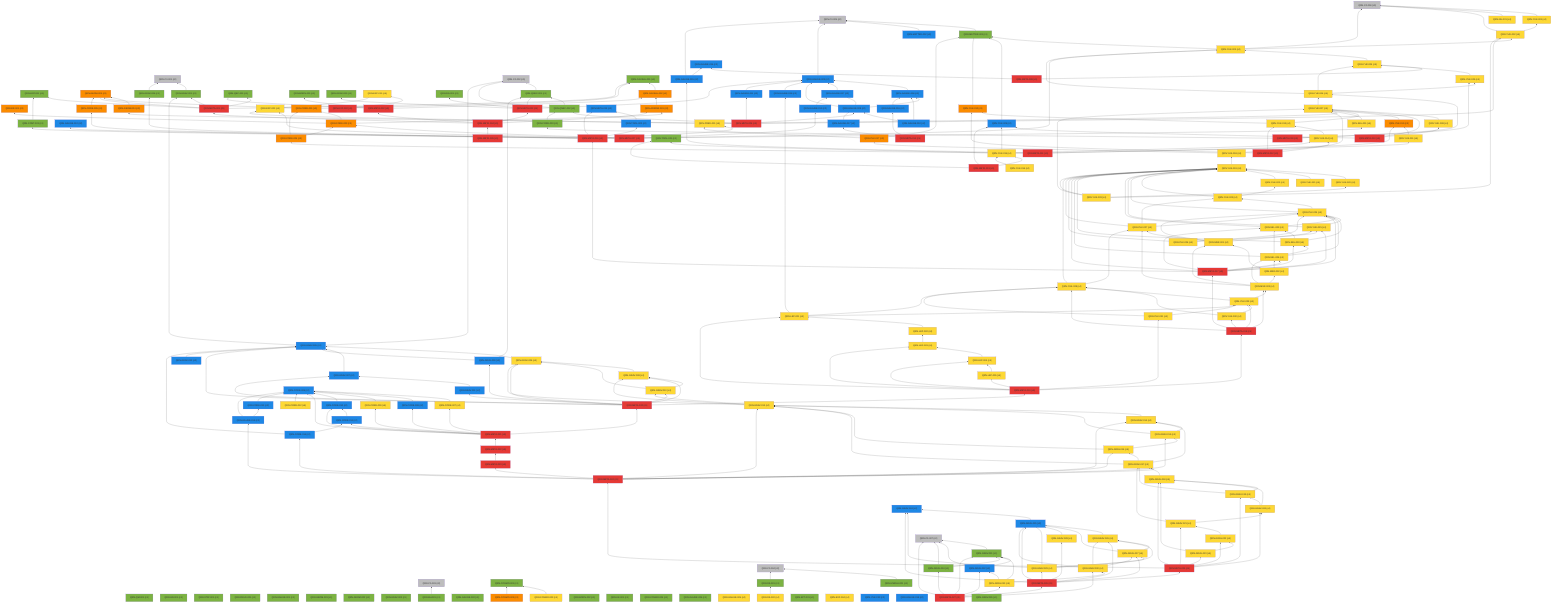
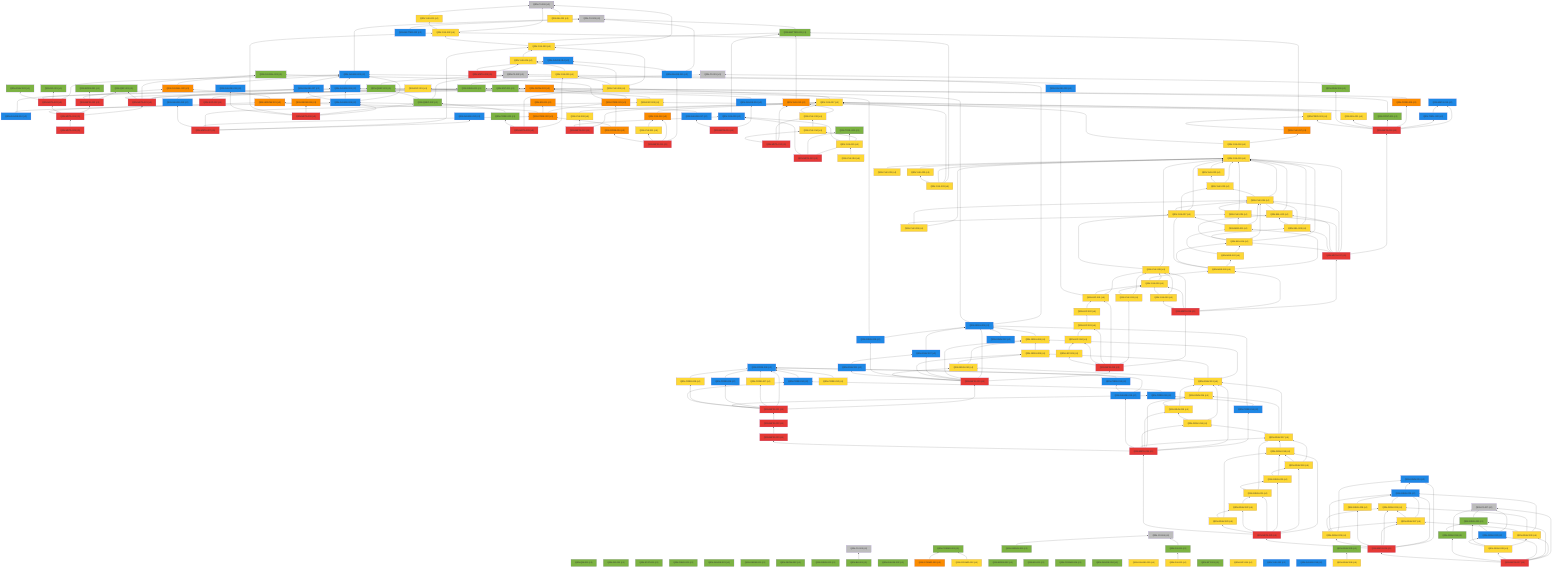
%% 自動生成 (dag/report.pl) — QRN 主張依存グラフ
graph BT
  QRN_C0_001["QRN-C0-001 (c0)"]:::c0
  QRN_C0_002["QRN-C0-002 (c0)"]:::c0
  QRN_C0_003["QRN-C0-003 (c0)"]:::c0
  QRN_C0_004["QRN-C0-004 (c0)"]:::c0
  QRN_C0_005["QRN-C0-005 (c0)"]:::c0
  QRN_C0_006["QRN-C0-006 (c0)"]:::c0
  QRN_QM_001["QRN-QM-001 (c1)"]:::c1
  QRN_GR_001["QRN-GR-001 (c1)"]:::c1
  QRN_STAT_001["QRN-STAT-001 (c1)"]:::c1
  QRN_FIELD_001["QRN-FIELD-001 (c1)"]:::c1
  QRN_GAUGE_001["QRN-GAUGE-001 (c1)"]:::c1
  QRN_ENT_001["QRN-ENT-001 (c1)"]:::c1
  QRN_GEOM_001["QRN-GEOM-001 (c1)"]:::c1
  QRN_GEOM_002["QRN-GEOM-002 (c1)"]:::c1
  QRN_GEOM_003["QRN-GEOM-003 (c3)"]:::c3
  QRN_GRAV_001["QRN-GRAV-001 (c1)"]:::c1
  QRN_GRAV_002["QRN-GRAV-002 (c1)"]:::c1
  QRN_BH_001["QRN-BH-001 (c1)"]:::c1
  QRN_CAUSAL_001["QRN-CAUSAL-001 (c1)"]:::c1
  QRN_CAUSAL_002["QRN-CAUSAL-002 (c3)"]:::c3
  QRN_ER_001["QRN-ER-001 (c3)"]:::c3
  QRN_QEC_001["QRN-QEC-001 (c1)"]:::c1
  QRN_GAUGE_002["QRN-GAUGE-002 (c1)"]:::c1
  QRN_COSMO_001["QRN-COSMO-001 (c1)"]:::c1
  QRN_COSMO_002["QRN-COSMO-002 (c4)"]:::c4
  QRN_COSMO_003["QRN-COSMO-003 (c3)"]:::c3
  QRN_BORN_001["QRN-BORN-001 (c1)"]:::c1
  QRN_BORN_002["QRN-BORN-002 (c1)"]:::c1
  QRN_GRAV_003["QRN-GRAV-003 (c1)"]:::c1
  QRN_KK_001["QRN-KK-001 (c1)"]:::c1
  QRN_MATTER_001["QRN-MATTER-001 (c1)"]:::c1
  QRN_MATTER_002["QRN-MATTER-002 (c2)"]:::c2
  QRN_COSMO_004["QRN-COSMO-004 (c1)"]:::c1
  QRN_EXP_001["QRN-EXP-001 (c4)"]:::c4
  QRN_GAUGE_003["QRN-GAUGE-003 (c2)"]:::c2
  QRN_GAUGE_004["QRN-GAUGE-004 (c1)"]:::c1
  QRN_GAUGE_005["QRN-GAUGE-005 (c4)"]:::c4
  QRN_YUK_001["QRN-YUK-001 (c4)"]:::c4
  QRN_RG_001["QRN-RG-001 (c1)"]:::c1
  QRN_UNRUH_001["QRN-UNRUH-001 (c1)"]:::c1
  QRN_QNEC_001["QRN-QNEC-001 (c1)"]:::c1
  QRN_NU_001["QRN-NU-001 (c4)"]:::c4
  QRN_GAUGE_006["QRN-GAUGE-006 (c2)"]:::c2
  QRN_DS_001["QRN-DS-001 (c1)"]:::c1
  QRN_DS_002["QRN-DS-002 (c4)"]:::c4
  QRN_ARROW_001["QRN-ARROW-001 (c3)"]:::c3
  QRN_GAUGE_007["QRN-GAUGE-007 (c2)"]:::c2
  QRN_EFT_001["QRN-EFT-001 (c1)"]:::c1
  QRN_GAUGE_008["QRN-GAUGE-008 (c2)"]:::c2
  QRN_GAUGE_009["QRN-GAUGE-009 (c2)"]:::c2
  QRN_GAUGE_010["QRN-GAUGE-010 (c2)"]:::c2
  QRN_QNEC_002["QRN-QNEC-002 (c1)"]:::c1
  QRN_GEOM_004["QRN-GEOM-004 (c3)"]:::c3
  QRN_YUK_002["QRN-YUK-002 (c4)"]:::c4
  QRN_EXP_002["QRN-EXP-002 (c5)"]:::c5
  QRN_CORE_001["QRN-CORE-001 (c3)"]:::c3
  QRN_GAUGE_011["QRN-GAUGE-011 (c2)"]:::c2
  QRN_GAUGE_012["QRN-GAUGE-012 (c2)"]:::c2
  QRN_YUK_003["QRN-YUK-003 (c4)"]:::c4
  QRN_EXP_003["QRN-EXP-003 (c4)"]:::c4
  QRN_CORE_002["QRN-CORE-002 (c3)"]:::c3
  QRN_GAUGE_013["QRN-GAUGE-013 (c2)"]:::c2
  QRN_YUK_004["QRN-YUK-004 (c4)"]:::c4
  QRN_GAUGE_014["QRN-GAUGE-014 (c2)"]:::c2
  QRN_META_001["QRN-META-001 (c5)"]:::c5
  QRN_META_002["QRN-META-002 (c5)"]:::c5
  QRN_META_003["QRN-META-003 (c5)"]:::c5
  QRN_META_004["QRN-META-004 (c5)"]:::c5
  QRN_META_005["QRN-META-005 (c5)"]:::c5
  QRN_META_006["QRN-META-006 (c5)"]:::c5
  QRN_META_007["QRN-META-007 (c5)"]:::c5
  QRN_META_008["QRN-META-008 (c5)"]:::c5
  QRN_YUK_005["QRN-YUK-005 (c4)"]:::c4
  QRN_YUK_006["QRN-YUK-006 (c4)"]:::c4
  QRN_CORE_003["QRN-CORE-003 (c1)"]:::c1
  QRN_META_009["QRN-META-009 (c5)"]:::c5
  QRN_YUK_007["QRN-YUK-007 (c4)"]:::c4
  QRN_YUK_008["QRN-YUK-008 (c4)"]:::c4
  QRN_YUK_009["QRN-YUK-009 (c2)"]:::c2
  QRN_META_010["QRN-META-010 (c5)"]:::c5
  QRN_GAUGE_015["QRN-GAUGE-015 (c2)"]:::c2
  QRN_YUK_010["QRN-YUK-010 (c3)"]:::c3
  QRN_YUK_011["QRN-YUK-011 (c4)"]:::c4
  QRN_CORE_004["QRN-CORE-004 (c3)"]:::c3
  QRN_META_011["QRN-META-011 (c5)"]:::c5
  QRN_YUK_012["QRN-YUK-012 (c3)"]:::c3
  QRN_YUK_013["QRN-YUK-013 (c4)"]:::c4
  QRN_YUK_014["QRN-YUK-014 (c4)"]:::c4
  QRN_META_012["QRN-META-012 (c5)"]:::c5
  QRN_TOOL_001["QRN-TOOL-001 (c1)"]:::c1
  QRN_YUK_015["QRN-YUK-015 (c4)"]:::c4
  QRN_META_013["QRN-META-013 (c5)"]:::c5
  QRN_GAUGE_016["QRN-GAUGE-016 (c2)"]:::c2
  QRN_GAUGE_017["QRN-GAUGE-017 (c2)"]:::c2
  QRN_META_014["QRN-META-014 (c5)"]:::c5
  QRN_META_015["QRN-META-015 (c2)"]:::c2
  QRN_TOOL_002["QRN-TOOL-002 (c2)"]:::c2
  QRN_CORE_005["QRN-CORE-005 (c3)"]:::c3
  QRN_CONT_001["QRN-CONT-001 (c1)"]:::c1
  QRN_SEL_001["QRN-SEL-001 (c4)"]:::c4
  QRN_GRAV_004["QRN-GRAV-004 (c1)"]:::c1
  QRN_PRED_001["QRN-PRED-001 (c4)"]:::c4
  QRN_META_016["QRN-META-016 (c5)"]:::c5
  QRN_YUK_016["QRN-YUK-016 (c4)"]:::c4
  QRN_YUK_017["QRN-YUK-017 (c3)"]:::c3
  QRN_YUK_018["QRN-YUK-018 (c4)"]:::c4
  QRN_YUK_019["QRN-YUK-019 (c4)"]:::c4
  QRN_YUK_020["QRN-YUK-020 (c4)"]:::c4
  QRN_YUK_021["QRN-YUK-021 (c4)"]:::c4
  QRN_YUK_022["QRN-YUK-022 (c4)"]:::c4
  QRN_YUK_023["QRN-YUK-023 (c4)"]:::c4
  QRN_YUK_024["QRN-YUK-024 (c4)"]:::c4
  QRN_YUK_025["QRN-YUK-025 (c4)"]:::c4
  QRN_SEL_002["QRN-SEL-002 (c4)"]:::c4
  QRN_SEL_003["QRN-SEL-003 (c4)"]:::c4
  QRN_SEL_004["QRN-SEL-004 (c4)"]:::c4
  QRN_META_017["QRN-META-017 (c5)"]:::c5
  QRN_YUK_026["QRN-YUK-026 (c4)"]:::c4
  QRN_YUK_027["QRN-YUK-027 (c4)"]:::c4
  QRN_MSR_001["QRN-MSR-001 (c4)"]:::c4
  QRN_MSR_002["QRN-MSR-002 (c4)"]:::c4
  QRN_MSR_003["QRN-MSR-003 (c4)"]:::c4
  QRN_YUK_028["QRN-YUK-028 (c4)"]:::c4
  QRN_YUK_029["QRN-YUK-029 (c4)"]:::c4
  QRN_YUK_030["QRN-YUK-030 (c4)"]:::c4
  QRN_META_018["QRN-META-018 (c5)"]:::c5
  QRN_YUK_031["QRN-YUK-031 (c4)"]:::c4
  QRN_LEP_001["QRN-LEP-001 (c4)"]:::c4
  QRN_LEP_002["QRN-LEP-002 (c4)"]:::c4
  QRN_LEP_003["QRN-LEP-003 (c4)"]:::c4
  QRN_LEP_004["QRN-LEP-004 (c4)"]:::c4
  QRN_LEP_005["QRN-LEP-005 (c4)"]:::c4
  QRN_META_019["QRN-META-019 (c5)"]:::c5
  QRN_GRAV_005["QRN-GRAV-005 (c2)"]:::c2
  QRN_GRAV_006["QRN-GRAV-006 (c4)"]:::c4
  QRN_GRAV_007["QRN-GRAV-007 (c2)"]:::c2
  QRN_GRAV_008["QRN-GRAV-008 (c4)"]:::c4
  QRN_GRAV_009["QRN-GRAV-009 (c2)"]:::c2
  QRN_GRAV_010["QRN-GRAV-010 (c4)"]:::c4
  QRN_GRAV_011["QRN-GRAV-011 (c2)"]:::c2
  QRN_META_020["QRN-META-020 (c5)"]:::c5
  QRN_CORE_006["QRN-CORE-006 (c2)"]:::c2
  QRN_CORE_007["QRN-CORE-007 (c4)"]:::c4
  QRN_CORE_008["QRN-CORE-008 (c2)"]:::c2
  QRN_CORE_009["QRN-CORE-009 (c4)"]:::c4
  QRN_CORE_010["QRN-CORE-010 (c2)"]:::c2
  QRN_CORE_011["QRN-CORE-011 (c2)"]:::c2
  QRN_META_021["QRN-META-021 (c5)"]:::c5
  QRN_CORE_012["QRN-CORE-012 (c4)"]:::c4
  QRN_EXP_004["QRN-EXP-004 (c4)"]:::c4
  QRN_CORE_013["QRN-CORE-013 (c2)"]:::c2
  QRN_GRAV_012["QRN-GRAV-012 (c2)"]:::c2
  QRN_YUK_032["QRN-YUK-032 (c2)"]:::c2
  QRN_GAUGE_018["QRN-GAUGE-018 (c2)"]:::c2
  QRN_META_022["QRN-META-022 (c5)"]:::c5
  QRN_META_023["QRN-META-023 (c5)"]:::c5
  QRN_CORE_014["QRN-CORE-014 (c2)"]:::c2
  QRN_GRAV_013["QRN-GRAV-013 (c4)"]:::c4
  QRN_GRAV_014["QRN-GRAV-014 (c4)"]:::c4
  QRN_GRAV_015["QRN-GRAV-015 (c4)"]:::c4
  QRN_GRAV_016["QRN-GRAV-016 (c4)"]:::c4
  QRN_GRAV_017["QRN-GRAV-017 (c4)"]:::c4
  QRN_GAUGE_019["QRN-GAUGE-019 (c2)"]:::c2
  QRN_META_024["QRN-META-024 (c5)"]:::c5
  QRN_GRAV_018["QRN-GRAV-018 (c4)"]:::c4
  QRN_GRAV_019["QRN-GRAV-019 (c4)"]:::c4
  QRN_GRAV_020["QRN-GRAV-020 (c4)"]:::c4
  QRN_GRAV_021["QRN-GRAV-021 (c4)"]:::c4
  QRN_GRAV_022["QRN-GRAV-022 (c4)"]:::c4
  QRN_GRAV_023["QRN-GRAV-023 (c4)"]:::c4
  QRN_META_025["QRN-META-025 (c5)"]:::c5
  QRN_GRAV_024["QRN-GRAV-024 (c2)"]:::c2
  QRN_GRAV_025["QRN-GRAV-025 (c2)"]:::c2
  QRN_GRAV_026["QRN-GRAV-026 (c4)"]:::c4
  QRN_GRAV_027["QRN-GRAV-027 (c4)"]:::c4
  QRN_GRAV_028["QRN-GRAV-028 (c4)"]:::c4
  QRN_GRAV_029["QRN-GRAV-029 (c4)"]:::c4
  QRN_META_026["QRN-META-026 (c5)"]:::c5
  QRN_GRAV_030["QRN-GRAV-030 (c4)"]:::c4
  QRN_C0_007["QRN-C0-007 (c0)"]:::c0
  QRN_GRAV_031["QRN-GRAV-031 (c1)"]:::c1
  QRN_GRAV_032["QRN-GRAV-032 (c2)"]:::c2
  QRN_GRAV_033["QRN-GRAV-033 (c4)"]:::c4
  QRN_GRAV_034["QRN-GRAV-034 (c1)"]:::c1
  QRN_META_027["QRN-META-027 (c5)"]:::c5
  QRN_YUK_033["QRN-YUK-033 (c4)"]:::c4
  QRN_GRAV_035["QRN-GRAV-035 (c1)"]:::c1
+   QRN_GRAV_036["QRN-GRAV-036 (c4)"]:::c4
  QRN_GRAV_001 --> QRN_C0_001
  QRN_BH_001 --> QRN_C0_003
  QRN_CAUSAL_002 --> QRN_CAUSAL_001
  QRN_COSMO_002 --> QRN_COSMO_001
  QRN_COSMO_003 --> QRN_COSMO_001
  QRN_MATTER_001 --> QRN_C0_005
  QRN_MATTER_002 --> QRN_C0_005
  QRN_GAUGE_003 --> QRN_C0_005
  QRN_YUK_001 --> QRN_C0_006
  QRN_UNRUH_001 --> QRN_C0_004
  QRN_QNEC_001 --> QRN_C0_002
  QRN_NU_001 --> QRN_C0_006
  QRN_GAUGE_006 --> QRN_GAUGE_003
  QRN_DS_001 --> QRN_C0_004
  QRN_DS_002 --> QRN_DS_001
  QRN_ARROW_001 --> QRN_CAUSAL_002
  QRN_GAUGE_007 --> QRN_GAUGE_003
  QRN_GAUGE_008 --> QRN_GAUGE_003
  QRN_GAUGE_008 --> QRN_GAUGE_006
  QRN_GAUGE_008 --> QRN_GAUGE_007
  QRN_GAUGE_009 --> QRN_GAUGE_003
  QRN_GAUGE_010 --> QRN_GAUGE_006
  QRN_GAUGE_010 --> QRN_GAUGE_008
  QRN_QNEC_002 --> QRN_C0_002
  QRN_QNEC_002 --> QRN_QNEC_001
  QRN_GEOM_004 --> QRN_GEOM_003
  QRN_YUK_002 --> QRN_C0_006
  QRN_YUK_002 --> QRN_YUK_001
  QRN_EXP_002 --> QRN_EXP_001
  QRN_CORE_001 --> QRN_GEOM_003
  QRN_CORE_001 --> QRN_CAUSAL_001
  QRN_GAUGE_011 --> QRN_GAUGE_003
  QRN_YUK_003 --> QRN_C0_006
  QRN_YUK_003 --> QRN_MATTER_001
  QRN_YUK_003 --> QRN_YUK_002
  QRN_EXP_003 --> QRN_EXP_001
  QRN_CORE_002 --> QRN_CORE_001
  QRN_CORE_002 --> QRN_ER_001
  QRN_CORE_002 --> QRN_ARROW_001
  QRN_GAUGE_013 --> QRN_GAUGE_007
  QRN_YUK_004 --> QRN_YUK_003
  QRN_META_001 --> QRN_GEOM_003
  QRN_META_001 --> QRN_GRAV_001
  QRN_META_001 --> QRN_CAUSAL_001
  QRN_META_001 --> QRN_QEC_001
  QRN_META_001 --> QRN_ENT_001
  QRN_META_002 --> QRN_QEC_001
  QRN_META_002 --> QRN_BORN_001
  QRN_META_002 --> QRN_CAUSAL_002
  QRN_META_003 --> QRN_GAUGE_003
  QRN_META_003 --> QRN_RG_001
  QRN_META_003 --> QRN_QNEC_001
  QRN_META_003 --> QRN_GRAV_003
  QRN_META_004 --> QRN_META_001
  QRN_META_004 --> QRN_META_002
  QRN_META_004 --> QRN_META_003
  QRN_META_004 --> QRN_ARROW_001
  QRN_META_005 --> QRN_META_004
  QRN_META_006 --> QRN_GAUGE_008
  QRN_META_006 --> QRN_QNEC_002
  QRN_META_006 --> QRN_GEOM_004
  QRN_META_006 --> QRN_YUK_002
  QRN_META_006 --> QRN_GAUGE_011
  QRN_META_007 --> QRN_GAUGE_012
  QRN_META_007 --> QRN_YUK_003
  QRN_META_007 --> QRN_EXP_003
  QRN_META_007 --> QRN_CORE_002
  QRN_META_007 --> QRN_GAUGE_013
  QRN_META_008 --> QRN_YUK_004
  QRN_META_008 --> QRN_GAUGE_014
  QRN_YUK_005 --> QRN_YUK_004
  QRN_YUK_006 --> QRN_YUK_003
  QRN_YUK_006 --> QRN_YUK_004
  QRN_YUK_006 --> QRN_YUK_005
  QRN_CORE_003 --> QRN_QNEC_002
  QRN_META_009 --> QRN_YUK_005
  QRN_META_009 --> QRN_YUK_006
  QRN_META_009 --> QRN_CORE_003
  QRN_YUK_007 --> QRN_YUK_006
  QRN_YUK_008 --> QRN_YUK_007
  QRN_YUK_009 --> QRN_MATTER_001
  QRN_META_010 --> QRN_YUK_007
  QRN_META_010 --> QRN_YUK_008
  QRN_META_010 --> QRN_YUK_009
  QRN_GAUGE_015 --> QRN_C0_005
  QRN_GAUGE_015 --> QRN_GAUGE_014
  QRN_YUK_010 --> QRN_YUK_007
  QRN_YUK_011 --> QRN_YUK_010
  QRN_CORE_004 --> QRN_CORE_001
  QRN_CORE_004 --> QRN_CORE_002
  QRN_META_011 --> QRN_GAUGE_015
  QRN_META_011 --> QRN_YUK_010
  QRN_META_011 --> QRN_YUK_011
  QRN_META_011 --> QRN_CORE_004
  QRN_YUK_012 --> QRN_MATTER_001
  QRN_YUK_013 --> QRN_YUK_012
  QRN_YUK_013 --> QRN_YUK_007
  QRN_YUK_014 --> QRN_YUK_013
  QRN_META_012 --> QRN_YUK_012
  QRN_META_012 --> QRN_YUK_013
  QRN_META_012 --> QRN_YUK_014
  QRN_YUK_015 --> QRN_YUK_014
  QRN_YUK_015 --> QRN_TOOL_001
  QRN_YUK_015 --> QRN_YUK_009
  QRN_META_013 --> QRN_YUK_015
  QRN_META_013 --> QRN_TOOL_001
  QRN_META_013 --> QRN_YUK_009
  QRN_GAUGE_016 --> QRN_GAUGE_006
  QRN_GAUGE_017 --> QRN_GAUGE_008
  QRN_META_014 --> QRN_GAUGE_016
  QRN_META_014 --> QRN_GAUGE_017
  QRN_TOOL_002 --> QRN_META_015
  QRN_CORE_005 --> QRN_GEOM_003
  QRN_CONT_001 --> QRN_ENT_001
  QRN_SEL_001 --> QRN_YUK_007
  QRN_GRAV_004 --> QRN_C0_001
  QRN_PRED_001 --> QRN_YUK_007
  QRN_PRED_001 --> QRN_EXP_003
  QRN_META_016 --> QRN_META_015
  QRN_META_016 --> QRN_TOOL_002
  QRN_META_016 --> QRN_CORE_005
  QRN_META_016 --> QRN_CONT_001
  QRN_META_016 --> QRN_SEL_001
  QRN_META_016 --> QRN_GRAV_004
  QRN_META_016 --> QRN_PRED_001
  QRN_YUK_016 --> QRN_YUK_015
  QRN_YUK_017 --> QRN_MATTER_001
  QRN_YUK_017 --> QRN_PRED_001
  QRN_YUK_018 --> QRN_YUK_017
  QRN_YUK_018 --> QRN_YUK_007
  QRN_YUK_019 --> QRN_YUK_018
  QRN_YUK_020 --> QRN_YUK_019
  QRN_YUK_021 --> QRN_YUK_019
  QRN_YUK_022 --> QRN_YUK_019
  QRN_YUK_023 --> QRN_YUK_019
  QRN_YUK_023 --> QRN_YUK_022
  QRN_YUK_024 --> QRN_YUK_019
  QRN_YUK_024 --> QRN_YUK_023
  QRN_YUK_025 --> QRN_YUK_019
  QRN_YUK_025 --> QRN_YUK_024
  QRN_SEL_002 --> QRN_YUK_019
  QRN_SEL_002 --> QRN_YUK_024
  QRN_SEL_003 --> QRN_YUK_019
  QRN_SEL_003 --> QRN_YUK_024
  QRN_SEL_003 --> QRN_SEL_002
  QRN_SEL_004 --> QRN_YUK_019
  QRN_SEL_004 --> QRN_YUK_024
  QRN_SEL_004 --> QRN_SEL_002
  QRN_SEL_004 --> QRN_SEL_003
  QRN_META_017 --> QRN_META_016
  QRN_META_017 --> QRN_YUK_019
  QRN_META_017 --> QRN_YUK_024
  QRN_META_017 --> QRN_YUK_025
  QRN_META_017 --> QRN_SEL_002
  QRN_META_017 --> QRN_SEL_003
  QRN_META_017 --> QRN_SEL_004
  QRN_YUK_026 --> QRN_YUK_019
  QRN_YUK_026 --> QRN_YUK_024
  QRN_YUK_026 --> QRN_YUK_025
  QRN_YUK_027 --> QRN_YUK_019
  QRN_YUK_027 --> QRN_YUK_023
  QRN_YUK_027 --> QRN_YUK_024
  QRN_MSR_001 --> QRN_YUK_024
  QRN_MSR_001 --> QRN_YUK_025
  QRN_MSR_001 --> QRN_YUK_027
  QRN_MSR_002 --> QRN_SEL_004
  QRN_MSR_002 --> QRN_MSR_001
  QRN_MSR_003 --> QRN_MSR_001
  QRN_MSR_003 --> QRN_MSR_002
  QRN_MSR_003 --> QRN_SEL_004
  QRN_MSR_003 --> QRN_YUK_027
  QRN_YUK_028 --> QRN_YUK_019
  QRN_YUK_028 --> QRN_YUK_027
  QRN_YUK_029 --> QRN_YUK_028
  QRN_YUK_029 --> QRN_MSR_003
  QRN_YUK_030 --> QRN_YUK_028
  QRN_YUK_030 --> QRN_YUK_029
  QRN_META_018 --> QRN_META_017
  QRN_META_018 --> QRN_MSR_003
  QRN_META_018 --> QRN_YUK_028
  QRN_META_018 --> QRN_YUK_029
  QRN_META_018 --> QRN_YUK_030
  QRN_YUK_031 --> QRN_YUK_028
  QRN_YUK_031 --> QRN_YUK_029
  QRN_LEP_001 --> QRN_YUK_028
  QRN_LEP_001 --> QRN_YUK_029
  QRN_LEP_001 --> QRN_GAUGE_009
  QRN_LEP_002 --> QRN_LEP_001
  QRN_LEP_003 --> QRN_LEP_002
  QRN_LEP_004 --> QRN_LEP_003
  QRN_LEP_005 --> QRN_LEP_004
  QRN_META_019 --> QRN_META_018
  QRN_META_019 --> QRN_YUK_031
  QRN_META_019 --> QRN_LEP_001
  QRN_META_019 --> QRN_LEP_003
  QRN_META_019 --> QRN_LEP_004
  QRN_META_019 --> QRN_LEP_005
  QRN_GRAV_005 --> QRN_C0_002
  QRN_GRAV_005 --> QRN_GRAV_001
  QRN_GRAV_006 --> QRN_GRAV_005
  QRN_GRAV_007 --> QRN_GRAV_005
  QRN_GRAV_008 --> QRN_GRAV_006
  QRN_GRAV_009 --> QRN_GRAV_005
  QRN_GRAV_009 --> QRN_QNEC_001
  QRN_GRAV_010 --> QRN_GRAV_006
  QRN_GRAV_010 --> QRN_GRAV_008
  QRN_GRAV_011 --> QRN_GRAV_007
  QRN_META_020 --> QRN_META_019
  QRN_META_020 --> QRN_GRAV_005
  QRN_META_020 --> QRN_GRAV_006
  QRN_META_020 --> QRN_GRAV_007
  QRN_META_020 --> QRN_GRAV_008
  QRN_META_020 --> QRN_GRAV_009
  QRN_META_020 --> QRN_GRAV_010
  QRN_META_020 --> QRN_GRAV_011
  QRN_CORE_007 --> QRN_CORE_006
  QRN_CORE_008 --> QRN_CORE_006
  QRN_CORE_009 --> QRN_CORE_006
  QRN_CORE_010 --> QRN_CORE_006
  QRN_CORE_011 --> QRN_CORE_010
  QRN_META_021 --> QRN_META_020
  QRN_META_021 --> QRN_CORE_006
  QRN_META_021 --> QRN_CORE_007
  QRN_META_021 --> QRN_CORE_008
  QRN_META_021 --> QRN_CORE_009
  QRN_META_021 --> QRN_CORE_010
  QRN_META_021 --> QRN_CORE_011
  QRN_CORE_012 --> QRN_CORE_006
  QRN_CORE_013 --> QRN_CORE_006
  QRN_GRAV_012 --> QRN_GRAV_005
  QRN_META_022 --> QRN_META_021
  QRN_META_023 --> QRN_META_022
  QRN_CORE_014 --> QRN_CORE_011
  QRN_CORE_014 --> QRN_GRAV_005
  QRN_GRAV_013 --> QRN_GRAV_006
  QRN_GRAV_013 --> QRN_GRAV_008
  QRN_GRAV_013 --> QRN_GRAV_010
  QRN_GRAV_014 --> QRN_GRAV_013
  QRN_GRAV_015 --> QRN_GRAV_013
  QRN_GRAV_015 --> QRN_GRAV_014
  QRN_GRAV_016 --> QRN_GRAV_013
  QRN_GRAV_016 --> QRN_GRAV_015
  QRN_GRAV_017 --> QRN_GRAV_013
  QRN_GRAV_017 --> QRN_GRAV_014
  QRN_GRAV_017 --> QRN_GRAV_016
  QRN_GAUGE_019 --> QRN_CORE_006
  QRN_GAUGE_019 --> QRN_CORE_013
  QRN_META_024 --> QRN_CORE_014
  QRN_META_024 --> QRN_GRAV_013
  QRN_META_024 --> QRN_GRAV_014
  QRN_META_024 --> QRN_GRAV_015
  QRN_META_024 --> QRN_GRAV_016
  QRN_META_024 --> QRN_GRAV_017
  QRN_META_024 --> QRN_GAUGE_019
  QRN_META_024 --> QRN_META_023
  QRN_GRAV_018 --> QRN_GRAV_017
  QRN_GRAV_019 --> QRN_GRAV_017
  QRN_GRAV_019 --> QRN_GRAV_018
  QRN_GRAV_020 --> QRN_GRAV_018
  QRN_GRAV_020 --> QRN_GRAV_019
  QRN_GRAV_021 --> QRN_GRAV_017
  QRN_GRAV_021 --> QRN_GRAV_020
  QRN_GRAV_022 --> QRN_GRAV_021
  QRN_GRAV_023 --> QRN_GRAV_018
  QRN_GRAV_023 --> QRN_GRAV_022
  QRN_META_025 --> QRN_GRAV_018
  QRN_META_025 --> QRN_GRAV_019
  QRN_META_025 --> QRN_GRAV_020
  QRN_META_025 --> QRN_GRAV_021
  QRN_META_025 --> QRN_GRAV_022
  QRN_META_025 --> QRN_GRAV_023
  QRN_META_025 --> QRN_META_024
  QRN_GRAV_025 --> QRN_GRAV_024
  QRN_GRAV_026 --> QRN_GRAV_025
  QRN_GRAV_027 --> QRN_GRAV_025
  QRN_GRAV_027 --> QRN_GRAV_026
  QRN_GRAV_028 --> QRN_GRAV_025
  QRN_GRAV_029 --> QRN_GRAV_024
  QRN_GRAV_029 --> QRN_GRAV_025
  QRN_GRAV_029 --> QRN_GRAV_026
  QRN_GRAV_029 --> QRN_GRAV_027
  QRN_META_026 --> QRN_GRAV_024
  QRN_META_026 --> QRN_GRAV_025
  QRN_META_026 --> QRN_GRAV_026
  QRN_META_026 --> QRN_GRAV_027
  QRN_META_026 --> QRN_GRAV_028
  QRN_META_026 --> QRN_GRAV_029
  QRN_META_026 --> QRN_META_025
  QRN_GRAV_030 --> QRN_GRAV_025
  QRN_GRAV_030 --> QRN_GRAV_026
  QRN_GRAV_030 --> QRN_GRAV_027
  QRN_GRAV_031 --> QRN_C0_007
  QRN_GRAV_032 --> QRN_C0_007
  QRN_GRAV_032 --> QRN_GRAV_031
  QRN_GRAV_033 --> QRN_GRAV_030
  QRN_GRAV_033 --> QRN_GRAV_031
  QRN_GRAV_033 --> QRN_GRAV_032
  QRN_GRAV_034 --> QRN_C0_007
  QRN_GRAV_034 --> QRN_GRAV_031
  QRN_META_027 --> QRN_C0_007
  QRN_META_027 --> QRN_GRAV_030
  QRN_META_027 --> QRN_GRAV_031
  QRN_META_027 --> QRN_GRAV_032
  QRN_META_027 --> QRN_GRAV_033
  QRN_META_027 --> QRN_GRAV_034
  QRN_META_027 --> QRN_META_026
  QRN_YUK_033 --> QRN_YUK_002
  QRN_YUK_033 --> QRN_YUK_007
  QRN_YUK_033 --> QRN_YUK_019
  QRN_YUK_033 --> QRN_YUK_020
+   QRN_GRAV_036 --> QRN_GRAV_035
  classDef c0 fill:#bdbdbd
  classDef c1 fill:#7cb342
  classDef c2 fill:#1e88e5
  classDef c3 fill:#fb8c00
  classDef c4 fill:#fdd835
  classDef c5 fill:#e53935
